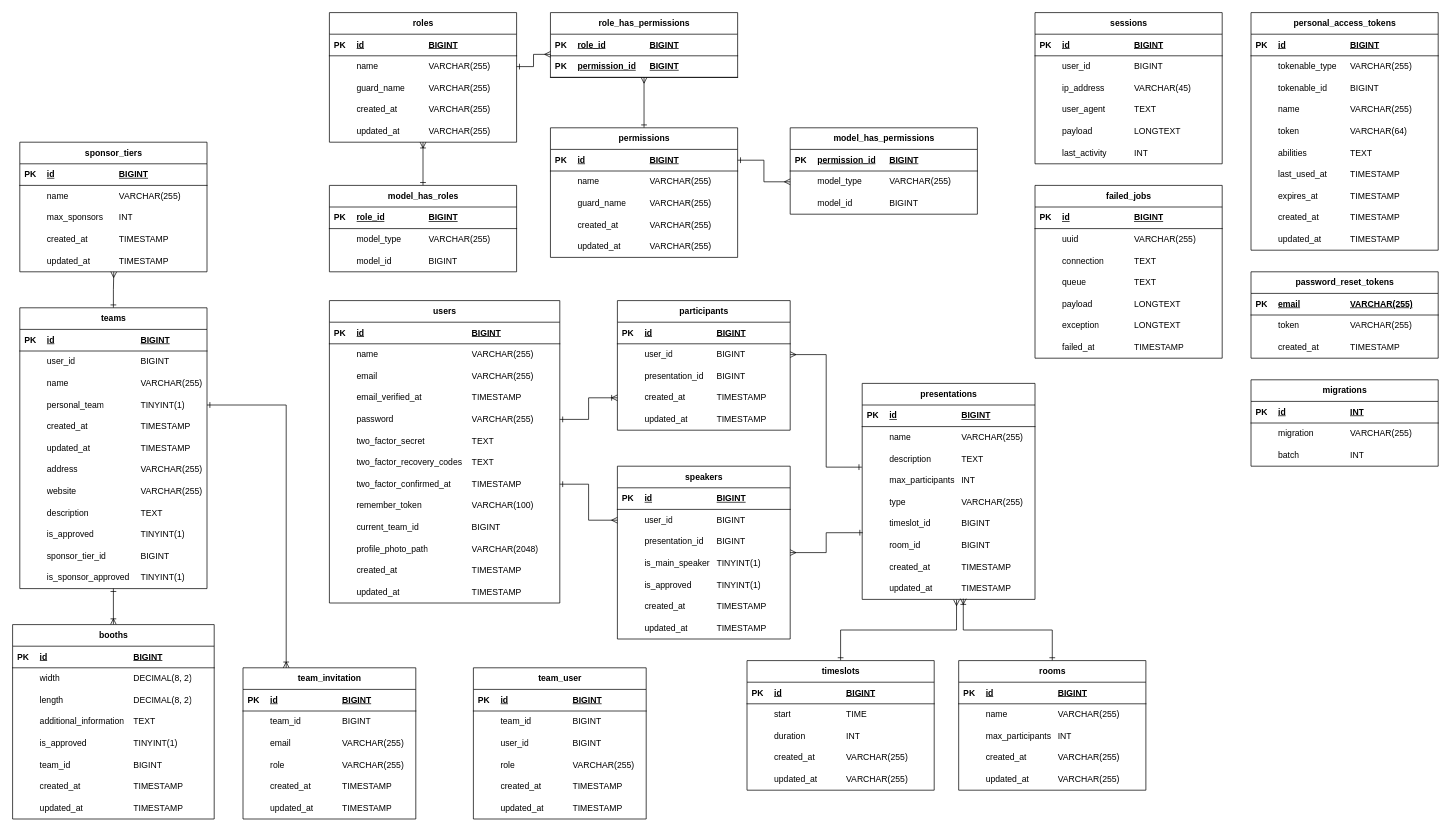
HZ-HBO-ICT/it-conference keeps this draw.io diagram as docs/db-diagram.drawio. Above is the earlier version. Source tidied: cells renumbered, new cells numbered last; positions are measured from the earlier drawing's top-left corner, leaving out a move shared by most shapes. Both pictures are drawn from the tidied source at 72%, with x=0, y=0 at pixel (12, 12).
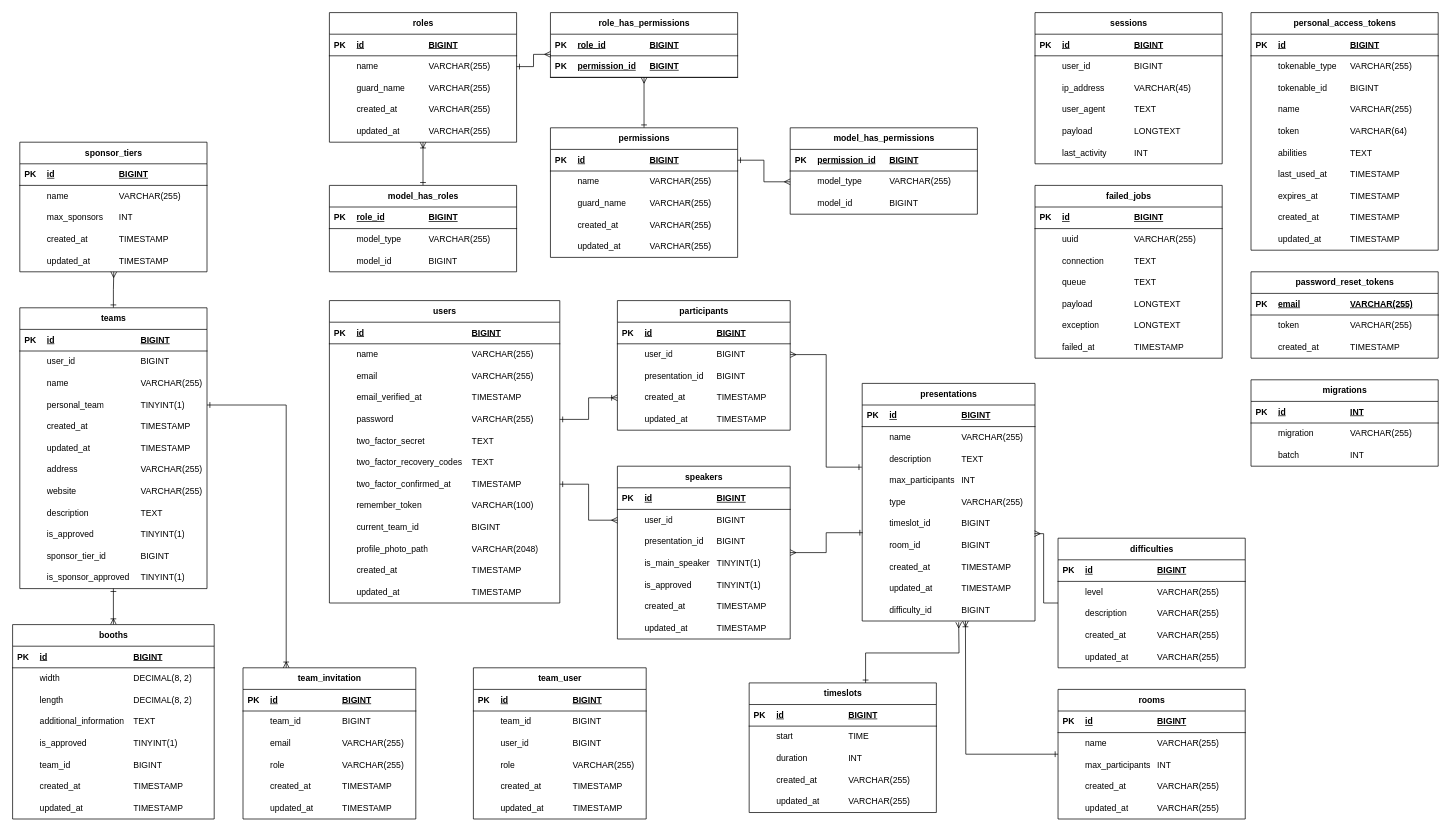
Above is the later version.

Commit message:
Update database diagram

The change refers to these unchanged cells:
```xml
<mxCell id="314" style="shape=tableRow;horizontal=0;startSize=0;swimlaneHead=0;swimlaneBody=0;fillColor=none;points=[[0,0.5],[1,0.5]];portConstraint=eastwest;top=0;left=0;right=0;bottom=0;" parent="289" vertex="1">
  <mxGeometry y="210" width="240" height="30" as="geometry" />
</mxCell>
<mxCell id="322" style="shape=tableRow;horizontal=0;startSize=0;swimlaneHead=0;swimlaneBody=0;fillColor=none;points=[[0,0.5],[1,0.5]];portConstraint=eastwest;top=0;left=0;right=0;bottom=0;" parent="289" vertex="1">
  <mxGeometry y="270" width="240" height="30" as="geometry" />
</mxCell>
```

Change to the diagram source:
```diff
@@
     <mxCell id="289" value="presentations" style="shape=table;startSize=30;childLayout=tableLayout;rowLines=0;fontStyle=1;align=center;html=1;columnLines=0;" parent="1" vertex="1">
-      <mxGeometry x="1180" y="515" width="240" height="300" as="geometry" />
+      <mxGeometry x="1180" y="515" width="240" height="330" as="geometry" />
     </mxCell>
@@
+    <mxCell id="548" style="shape=tableRow;horizontal=0;startSize=0;swimlaneHead=0;swimlaneBody=0;fillColor=none;top=0;left=0;right=0;bottom=0;" parent="289" vertex="1">
+      <mxGeometry y="300" width="240" height="30" as="geometry" />
+    </mxCell>
+    <mxCell id="549" style="shape=partialRectangle;fillColor=none;top=0;left=0;bottom=0;right=0;overflow=hidden;whiteSpace=wrap;html=1;" parent="548" vertex="1">
+      <mxGeometry width="30" height="30" as="geometry" />
+    </mxCell>
+    <mxCell id="550" value="difficulty_id" style="shape=partialRectangle;fillColor=none;top=0;left=0;bottom=0;right=0;align=left;spacingLeft=6;overflow=hidden;whiteSpace=wrap;html=1;" parent="548" vertex="1">
+      <mxGeometry x="30" width="100" height="30" as="geometry" />
+    </mxCell>
+    <mxCell id="551" value="BIGINT" style="shape=partialRectangle;fillColor=none;top=0;left=0;bottom=0;right=0;align=left;spacingLeft=6;overflow=hidden;whiteSpace=wrap;html=1;" parent="548" vertex="1">
+      <mxGeometry x="130" width="110" height="30" as="geometry" />
+    </mxCell>
@@
-    <mxCell id="377" style="edgeStyle=orthogonalEdgeStyle;rounded=0;jettySize=auto;html=1;entryX=0.546;entryY=1.023;entryDx=0;entryDy=0;entryPerimeter=0;endArrow=ERmany;endFill=0;startArrow=ERone;startFill=0;jumpSize=6;" parent="1" edge="1" source="378" target="322">
-      <mxGeometry relative="1" as="geometry" />
+    <mxCell id="377" style="edgeStyle=orthogonalEdgeStyle;rounded=0;jettySize=auto;html=1;entryX=0.546;entryY=1.023;entryDx=0;entryDy=0;entryPerimeter=0;endArrow=ERmany;endFill=0;startArrow=ERone;startFill=0;jumpSize=6;exitX=0.622;exitY=0;exitDx=0;exitDy=0;exitPerimeter=0;" parent="1" edge="1" source="378">
+      <mxGeometry relative="1" as="geometry">
+        <mxPoint x="1314" y="846.7" as="targetPoint" />
+      </mxGeometry>
     </mxCell>
     <mxCell id="378" value="timeslots" style="shape=table;startSize=30;childLayout=tableLayout;rowLines=0;fontStyle=1;align=center;html=1;columnLines=0;" parent="1" vertex="1">
-      <mxGeometry x="1020" y="900" width="260" height="180" as="geometry" />
+      <mxGeometry x="1023" y="931" width="260" height="180" as="geometry" />
     </mxCell>
@@
-    <mxCell id="399" style="edgeStyle=orthogonalEdgeStyle;rounded=0;jettySize=auto;html=1;entryX=0.585;entryY=0.965;entryDx=0;entryDy=0;entryPerimeter=0;endArrow=ERoneToMany;endFill=0;startArrow=ERone;startFill=0;jumpSize=6;" parent="1" edge="1" source="400" target="322">
-      <mxGeometry relative="1" as="geometry" />
+    <mxCell id="399" style="edgeStyle=orthogonalEdgeStyle;rounded=0;jettySize=auto;html=1;entryX=0.585;entryY=0.965;entryDx=0;entryDy=0;entryPerimeter=0;endArrow=ERoneToMany;endFill=0;startArrow=ERone;startFill=0;jumpSize=6;" parent="1" edge="1" source="400">
+      <mxGeometry relative="1" as="geometry">
+        <mxPoint x="1323.4" y="845" as="targetPoint" />
+      </mxGeometry>
     </mxCell>
     <mxCell id="400" value="rooms" style="shape=table;startSize=30;childLayout=tableLayout;rowLines=0;fontStyle=1;align=center;html=1;columnLines=0;" parent="1" vertex="1">
-      <mxGeometry x="1314" y="900" width="260" height="180" as="geometry" />
+      <mxGeometry x="1452" y="940" width="260" height="180" as="geometry" />
     </mxCell>
@@
+    <mxCell id="552" style="edgeStyle=orthogonalEdgeStyle;rounded=0;jettySize=auto;html=1;entryX=0.997;entryY=-0.044;entryDx=0;entryDy=0;entryPerimeter=0;endArrow=ERmany;endFill=0;" parent="1" edge="1" source="553" target="314">
+      <mxGeometry relative="1" as="geometry" />
+    </mxCell>
+    <mxCell id="553" value="difficulties" style="shape=table;startSize=30;childLayout=tableLayout;rowLines=0;fontStyle=1;align=center;html=1;columnLines=0;" parent="1" vertex="1">
+      <mxGeometry x="1452" y="730" width="260" height="180" as="geometry" />
+    </mxCell>
+    <mxCell id="554" style="shape=tableRow;horizontal=0;startSize=0;swimlaneHead=0;swimlaneBody=0;fillColor=none;top=0;left=0;right=0;bottom=1;" parent="553" vertex="1">
+      <mxGeometry y="30" width="260" height="30" as="geometry" />
+    </mxCell>
+    <mxCell id="555" value="PK" style="shape=partialRectangle;fillColor=none;top=0;left=0;bottom=0;right=0;fontStyle=1;overflow=hidden;whiteSpace=wrap;html=1;" parent="554" vertex="1">
+      <mxGeometry width="30" height="30" as="geometry" />
+    </mxCell>
+    <mxCell id="556" value="id" style="shape=partialRectangle;fillColor=none;top=0;left=0;bottom=0;right=0;align=left;spacingLeft=6;fontStyle=5;overflow=hidden;whiteSpace=wrap;html=1;" parent="554" vertex="1">
+      <mxGeometry x="30" width="100" height="30" as="geometry" />
+    </mxCell>
+    <mxCell id="557" value="BIGINT" style="shape=partialRectangle;fillColor=none;top=0;left=0;bottom=0;right=0;align=left;spacingLeft=6;fontStyle=5;overflow=hidden;whiteSpace=wrap;html=1;" parent="554" vertex="1">
+      <mxGeometry x="130" width="130" height="30" as="geometry" />
+    </mxCell>
+    <mxCell id="558" style="shape=tableRow;horizontal=0;startSize=0;swimlaneHead=0;swimlaneBody=0;fillColor=none;top=0;left=0;right=0;bottom=0;" parent="553" vertex="1">
+      <mxGeometry y="60" width="260" height="30" as="geometry" />
+    </mxCell>
+    <mxCell id="559" style="shape=partialRectangle;fillColor=none;top=0;left=0;bottom=0;right=0;overflow=hidden;whiteSpace=wrap;html=1;" parent="558" vertex="1">
+      <mxGeometry width="30" height="30" as="geometry" />
+    </mxCell>
+    <mxCell id="560" value="level" style="shape=partialRectangle;fillColor=none;top=0;left=0;bottom=0;right=0;align=left;spacingLeft=6;overflow=hidden;whiteSpace=wrap;html=1;" parent="558" vertex="1">
+      <mxGeometry x="30" width="100" height="30" as="geometry" />
+    </mxCell>
+    <mxCell id="561" value="VARCHAR(255)" style="shape=partialRectangle;fillColor=none;top=0;left=0;bottom=0;right=0;align=left;spacingLeft=6;overflow=hidden;whiteSpace=wrap;html=1;" parent="558" vertex="1">
+      <mxGeometry x="130" width="130" height="30" as="geometry" />
+    </mxCell>
+    <mxCell id="562" style="shape=tableRow;horizontal=0;startSize=0;swimlaneHead=0;swimlaneBody=0;fillColor=none;top=0;left=0;right=0;bottom=0;" parent="553" vertex="1">
+      <mxGeometry y="90" width="260" height="30" as="geometry" />
+    </mxCell>
+    <mxCell id="563" style="shape=partialRectangle;fillColor=none;top=0;left=0;bottom=0;right=0;overflow=hidden;whiteSpace=wrap;html=1;" parent="562" vertex="1">
+      <mxGeometry width="30" height="30" as="geometry" />
+    </mxCell>
+    <mxCell id="564" value="description" style="shape=partialRectangle;fillColor=none;top=0;left=0;bottom=0;right=0;align=left;spacingLeft=6;overflow=hidden;whiteSpace=wrap;html=1;" parent="562" vertex="1">
+      <mxGeometry x="30" width="100" height="30" as="geometry" />
+    </mxCell>
+    <mxCell id="565" value="VARCHAR(255)" style="shape=partialRectangle;fillColor=none;top=0;left=0;bottom=0;right=0;align=left;spacingLeft=6;overflow=hidden;whiteSpace=wrap;html=1;" parent="562" vertex="1">
+      <mxGeometry x="130" width="130" height="30" as="geometry" />
+    </mxCell>
+    <mxCell id="566" style="shape=tableRow;horizontal=0;startSize=0;swimlaneHead=0;swimlaneBody=0;fillColor=none;top=0;left=0;right=0;bottom=0;" parent="553" vertex="1">
+      <mxGeometry y="120" width="260" height="30" as="geometry" />
+    </mxCell>
+    <mxCell id="567" style="shape=partialRectangle;fillColor=none;top=0;left=0;bottom=0;right=0;overflow=hidden;whiteSpace=wrap;html=1;" parent="566" vertex="1">
+      <mxGeometry width="30" height="30" as="geometry" />
+    </mxCell>
+    <mxCell id="568" value="created_at" style="shape=partialRectangle;fillColor=none;top=0;left=0;bottom=0;right=0;align=left;spacingLeft=6;overflow=hidden;whiteSpace=wrap;html=1;" parent="566" vertex="1">
+      <mxGeometry x="30" width="100" height="30" as="geometry" />
+    </mxCell>
+    <mxCell id="569" value="VARCHAR(255)" style="shape=partialRectangle;fillColor=none;top=0;left=0;bottom=0;right=0;align=left;spacingLeft=6;overflow=hidden;whiteSpace=wrap;html=1;" parent="566" vertex="1">
+      <mxGeometry x="130" width="130" height="30" as="geometry" />
+    </mxCell>
+    <mxCell id="570" style="shape=tableRow;horizontal=0;startSize=0;swimlaneHead=0;swimlaneBody=0;fillColor=none;top=0;left=0;right=0;bottom=0;" parent="553" vertex="1">
+      <mxGeometry y="150" width="260" height="30" as="geometry" />
+    </mxCell>
+    <mxCell id="571" style="shape=partialRectangle;fillColor=none;top=0;left=0;bottom=0;right=0;overflow=hidden;whiteSpace=wrap;html=1;" parent="570" vertex="1">
+      <mxGeometry width="30" height="30" as="geometry" />
+    </mxCell>
+    <mxCell id="572" value="updated_at" style="shape=partialRectangle;fillColor=none;top=0;left=0;bottom=0;right=0;align=left;spacingLeft=6;overflow=hidden;whiteSpace=wrap;html=1;" parent="570" vertex="1">
+      <mxGeometry x="30" width="100" height="30" as="geometry" />
+    </mxCell>
+    <mxCell id="573" value="VARCHAR(255)" style="shape=partialRectangle;fillColor=none;top=0;left=0;bottom=0;right=0;align=left;spacingLeft=6;overflow=hidden;whiteSpace=wrap;html=1;" parent="570" vertex="1">
+      <mxGeometry x="130" width="130" height="30" as="geometry" />
+    </mxCell>
```
